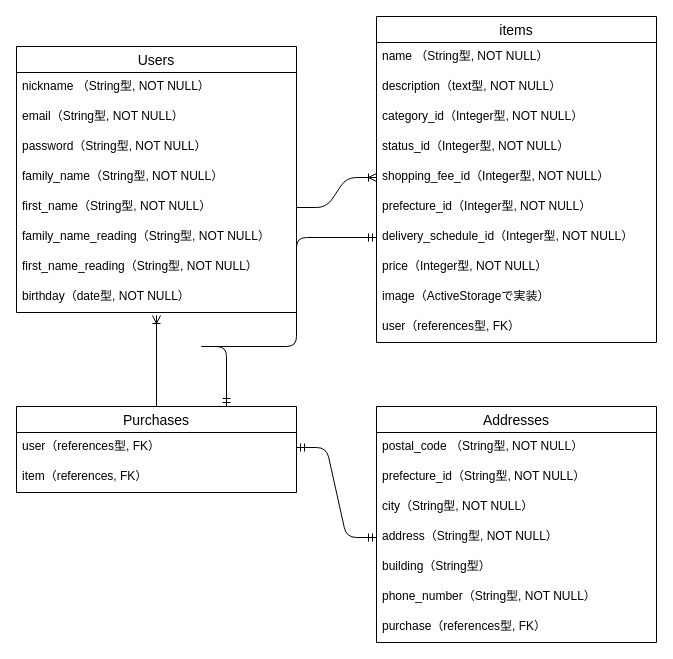
This is furima-30499.dio from nikumiso213/furima-30499, a draw.io file, before an edit. Source tidied: cells renumbered, new cells numbered last; positions are measured from the earlier drawing's top-left corner, leaving out a move shared by most shapes. Both pictures are drawn from the tidied source at 100%, with x=0, y=0 at pixel (16, 16).
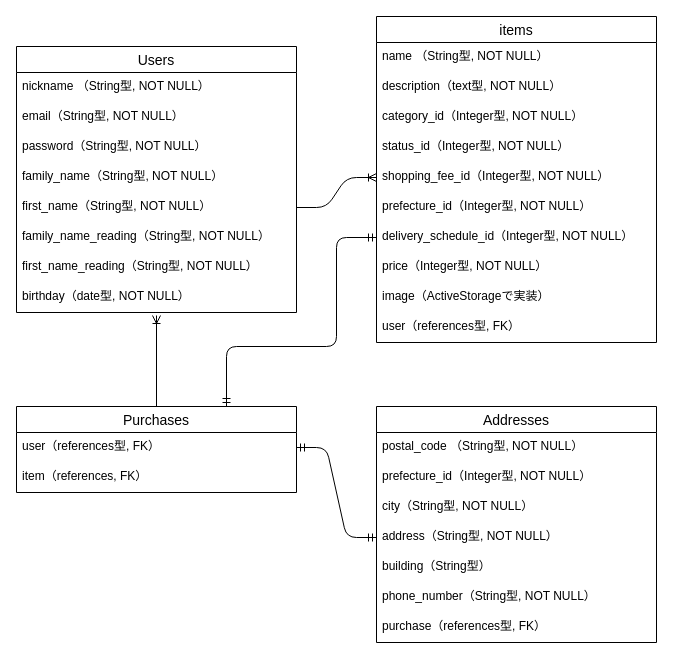
After the change.

Commit message:
ER図のリレーション(線)修正

Unchanged cells that the change refers to:
```xml
<mxCell id="12" value="Purchases" style="swimlane;fontStyle=0;horizontal=1;startSize=26;align=center;fontSize=14;" parent="1" vertex="1">
  <mxGeometry y="390" width="280" height="86" as="geometry" />
</mxCell>
<mxCell id="25" value="delivery_schedule_id（Integer型, NOT NULL）" style="text;strokeColor=none;fillColor=none;spacingLeft=4;spacingRight=4;overflow=hidden;points=[[0,0.5],[1,0.5]];portConstraint=eastwest;fontSize=12;" parent="18" vertex="1">
  <mxGeometry y="206" width="280" height="30" as="geometry" />
</mxCell>
<mxCell id="29" value="Addresses" style="swimlane;fontStyle=0;horizontal=1;startSize=26;align=center;fontSize=14;" parent="1" vertex="1">
  <mxGeometry x="360" y="390" width="280" height="236" as="geometry" />
</mxCell>
```

Diff of the diagram source:
```diff
@@
     <mxCell id="16" style="edgeStyle=orthogonalEdgeStyle;fontSize=12;html=1;endArrow=ERmandOne;startArrow=ERmandOne;exitX=0.75;exitY=0;exitDx=0;exitDy=0;entryX=0;entryY=0.5;entryDx=0;entryDy=0;elbow=vertical;" parent="1" edge="1" source="12" target="25">
       <mxGeometry relative="1" as="geometry">
         <Array as="points">
-          <mxPoint x="180" y="330" />
-          <mxPoint x="280" y="330" />
-          <mxPoint x="280" y="211" />
+          <mxPoint x="210" y="330" />
+          <mxPoint x="320" y="330" />
+          <mxPoint x="320" y="221" />
         </Array>
       </mxGeometry>
     </mxCell>
@@
-    <mxCell id="31" value="prefecture_id（String型, NOT NULL）" style="text;strokeColor=none;fillColor=none;spacingLeft=4;spacingRight=4;overflow=hidden;fontSize=12;" parent="29" vertex="1">
+    <mxCell id="31" value="prefecture_id（Integer型, NOT NULL）" style="text;strokeColor=none;fillColor=none;spacingLeft=4;spacingRight=4;overflow=hidden;fontSize=12;" parent="29" vertex="1">
       <mxGeometry y="56" width="280" height="30" as="geometry" />
     </mxCell>
```
